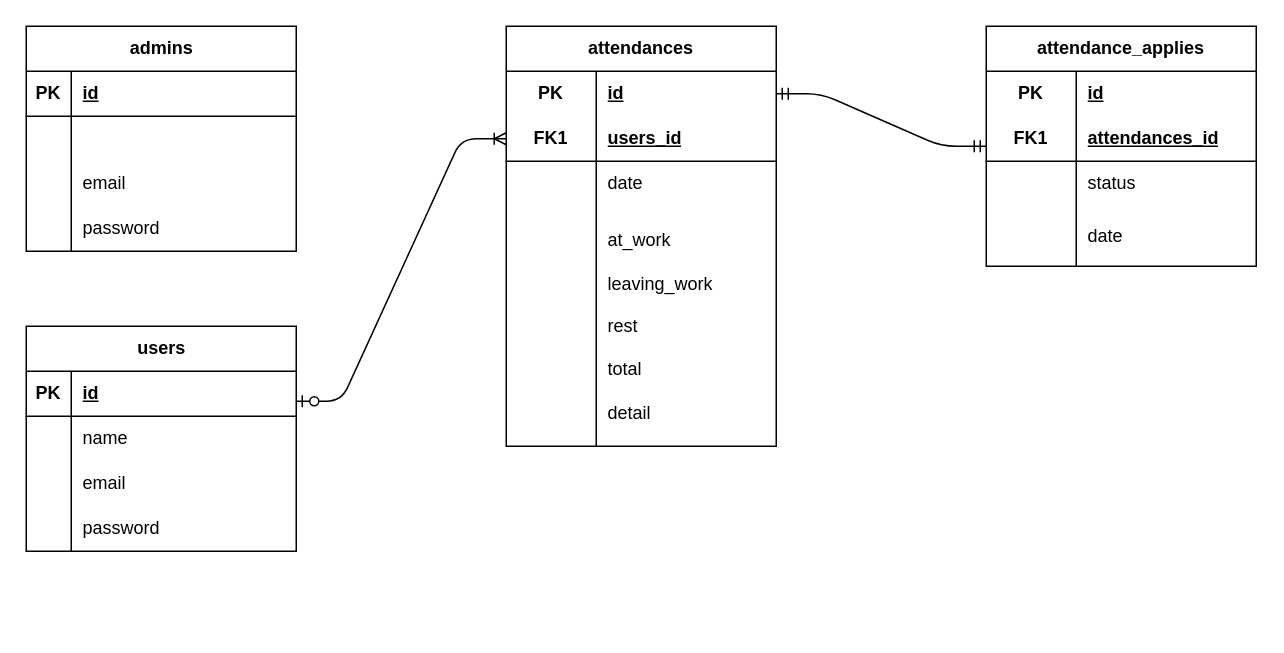
This is er-diagram.drawio from casanova1502/second-mock, a draw.io file, before an edit. Source tidied: cells renumbered, new cells numbered last; positions are measured from the earlier drawing's top-left corner, leaving out a move shared by most shapes. Both pictures are drawn from the tidied source at 150%, with x=0, y=0 at pixel (26, 26).
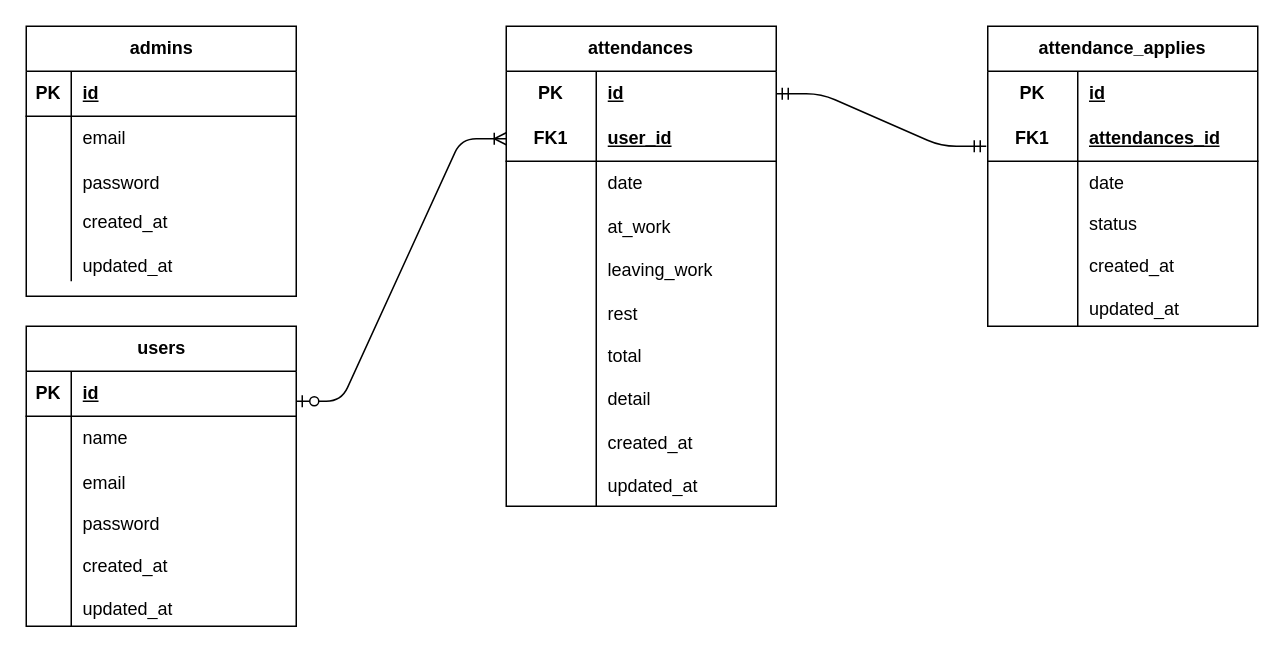
The same diagram, later.

The change refers to these unchanged cells:
```xml
<mxCell id="19" style="shape=tableRow;horizontal=0;startSize=0;swimlaneHead=0;swimlaneBody=0;fillColor=none;top=0;left=0;right=0;bottom=0;" parent="15" vertex="1">
  <mxGeometry y="60" width="180" height="30" as="geometry" />
</mxCell>
<mxCell id="22" style="shape=tableRow;horizontal=0;startSize=0;swimlaneHead=0;swimlaneBody=0;fillColor=none;top=0;left=0;right=0;bottom=0;" parent="15" vertex="1">
  <mxGeometry y="90" width="180" height="30" as="geometry" />
</mxCell>
<mxCell id="29" style="shape=tableRow;horizontal=0;startSize=0;swimlaneHead=0;swimlaneBody=0;fillColor=none;points=[[0,0.5],[1,0.5]];portConstraint=eastwest;top=0;left=0;right=0;bottom=0;html=1;" parent="28" vertex="1">
  <mxGeometry y="30" width="180" height="30" as="geometry" />
</mxCell>
<mxCell id="32" style="shape=tableRow;horizontal=0;startSize=0;swimlaneHead=0;swimlaneBody=0;fillColor=none;points=[[0,0.5],[1,0.5]];portConstraint=eastwest;top=0;left=0;right=0;bottom=1;html=1;" parent="28" vertex="1">
  <mxGeometry y="60" width="180" height="30" as="geometry" />
</mxCell>
<mxCell id="48" style="shape=tableRow;horizontal=0;startSize=0;swimlaneHead=0;swimlaneBody=0;fillColor=none;top=0;left=0;right=0;bottom=0;html=1;" parent="41" vertex="1">
  <mxGeometry y="90" width="180" height="30" as="geometry" />
</mxCell>
```

Change to the diagram source:
```diff
@@
     <mxCell id="2" value="users" style="shape=table;startSize=30;childLayout=tableLayout;rowLines=0;fontStyle=1;align=center;html=1;" parent="1" vertex="1">
-      <mxGeometry y="200" width="180" height="150" as="geometry" />
+      <mxGeometry y="200" width="180" height="200" as="geometry" />
     </mxCell>
@@
     <mxCell id="12" style="shape=tableRow;horizontal=0;startSize=0;swimlaneHead=0;swimlaneBody=0;fillColor=none;top=0;left=0;right=0;bottom=0;" parent="2" vertex="1">
-      <mxGeometry y="120" width="180" height="30" as="geometry" />
+      <mxGeometry y="120" width="180" height="80" as="geometry" />
     </mxCell>
     <mxCell id="13" style="shape=partialRectangle;fillColor=none;top=0;left=0;bottom=0;right=0;overflow=hidden;whiteSpace=wrap;html=1;" parent="12" vertex="1">
-      <mxGeometry width="30" height="30" as="geometry" />
+      <mxGeometry width="30" height="80" as="geometry" />
     </mxCell>
-    <mxCell id="14" value="password" style="shape=partialRectangle;fillColor=none;top=0;left=0;bottom=0;right=0;align=left;spacingLeft=6;overflow=hidden;whiteSpace=wrap;html=1;" parent="12" vertex="1">
-      <mxGeometry x="30" width="150" height="30" as="geometry" />
+    <mxCell id="14" value="password&lt;div&gt;&lt;br&gt;&lt;/div&gt;&lt;div&gt;created_at&lt;/div&gt;&lt;div&gt;&lt;br&gt;&lt;/div&gt;&lt;div&gt;updated_at&lt;/div&gt;" style="shape=partialRectangle;fillColor=none;top=0;left=0;bottom=0;right=0;align=left;spacingLeft=6;overflow=hidden;whiteSpace=wrap;html=1;" parent="12" vertex="1">
+      <mxGeometry x="30" width="150" height="80" as="geometry" />
     </mxCell>
     <mxCell id="15" value="admins" style="shape=table;startSize=30;childLayout=tableLayout;rowLines=0;fontStyle=1;align=center;html=1;" parent="1" vertex="1">
-      <mxGeometry width="180" height="150" as="geometry" />
+      <mxGeometry width="180" height="180" as="geometry" />
     </mxCell>
@@
-    <mxCell id="21" style="shape=partialRectangle;fillColor=none;top=0;left=0;bottom=0;right=0;align=left;spacingLeft=6;overflow=hidden;whiteSpace=wrap;html=1;" parent="19" vertex="1">
+    <mxCell id="21" value="&lt;span style=&quot;color: rgb(0, 0, 0);&quot;&gt;email&lt;/span&gt;" style="shape=partialRectangle;fillColor=none;top=0;left=0;bottom=0;right=0;align=left;spacingLeft=6;overflow=hidden;whiteSpace=wrap;html=1;" parent="19" vertex="1">
       <mxGeometry x="30" width="150" height="30" as="geometry" />
     </mxCell>
@@
-    <mxCell id="24" value="email" style="shape=partialRectangle;fillColor=none;top=0;left=0;bottom=0;right=0;align=left;spacingLeft=6;overflow=hidden;whiteSpace=wrap;html=1;" parent="22" vertex="1">
+    <mxCell id="24" value="&lt;span style=&quot;color: rgb(0, 0, 0);&quot;&gt;password&lt;/span&gt;" style="shape=partialRectangle;fillColor=none;top=0;left=0;bottom=0;right=0;align=left;spacingLeft=6;overflow=hidden;whiteSpace=wrap;html=1;" parent="22" vertex="1">
       <mxGeometry x="30" width="150" height="30" as="geometry" />
     </mxCell>
     <mxCell id="25" style="shape=tableRow;horizontal=0;startSize=0;swimlaneHead=0;swimlaneBody=0;fillColor=none;top=0;left=0;right=0;bottom=0;" parent="15" vertex="1">
-      <mxGeometry y="120" width="180" height="30" as="geometry" />
+      <mxGeometry y="120" width="180" height="50" as="geometry" />
     </mxCell>
     <mxCell id="26" style="shape=partialRectangle;fillColor=none;top=0;left=0;bottom=0;right=0;overflow=hidden;whiteSpace=wrap;html=1;" parent="25" vertex="1">
-      <mxGeometry width="30" height="30" as="geometry" />
+      <mxGeometry width="30" height="50" as="geometry" />
     </mxCell>
-    <mxCell id="27" value="password" style="shape=partialRectangle;fillColor=none;top=0;left=0;bottom=0;right=0;align=left;spacingLeft=6;overflow=hidden;whiteSpace=wrap;html=1;" parent="25" vertex="1">
-      <mxGeometry x="30" width="150" height="30" as="geometry" />
+    <mxCell id="27" value="&lt;div&gt;created_at&lt;/div&gt;&lt;div&gt;&lt;br&gt;&lt;/div&gt;&lt;div&gt;updated_at&lt;/div&gt;" style="shape=partialRectangle;fillColor=none;top=0;left=0;bottom=0;right=0;align=left;spacingLeft=6;overflow=hidden;whiteSpace=wrap;html=1;" parent="25" vertex="1">
+      <mxGeometry x="30" width="150" height="50" as="geometry" />
     </mxCell>
     <mxCell id="28" value="attendances" style="shape=table;startSize=30;childLayout=tableLayout;rowLines=0;fontStyle=1;align=center;html=1;whiteSpace=wrap;" parent="1" vertex="1">
-      <mxGeometry x="320" width="180" height="280" as="geometry" />
+      <mxGeometry x="320" width="180" height="320" as="geometry" />
     </mxCell>
@@
-    <mxCell id="34" value="users_id" style="shape=partialRectangle;fillColor=none;top=0;left=0;bottom=0;right=0;align=left;spacingLeft=6;fontStyle=5;overflow=hidden;html=1;whiteSpace=wrap;" parent="32" vertex="1">
+    <mxCell id="34" value="user_id" style="shape=partialRectangle;fillColor=none;top=0;left=0;bottom=0;right=0;align=left;spacingLeft=6;fontStyle=5;overflow=hidden;html=1;whiteSpace=wrap;" parent="32" vertex="1">
       <mxGeometry x="60" width="120" height="30" as="geometry" />
     </mxCell>
@@
     <mxCell id="38" style="shape=tableRow;horizontal=0;startSize=0;swimlaneHead=0;swimlaneBody=0;fillColor=none;top=0;left=0;right=0;bottom=0;html=1;" parent="28" vertex="1">
-      <mxGeometry y="120" width="180" height="160" as="geometry" />
+      <mxGeometry y="120" width="180" height="200" as="geometry" />
     </mxCell>
     <mxCell id="39" style="shape=partialRectangle;fillColor=none;top=0;left=0;bottom=0;right=0;overflow=hidden;html=1;whiteSpace=wrap;" parent="38" vertex="1">
-      <mxGeometry width="60" height="160" as="geometry" />
+      <mxGeometry width="60" height="200" as="geometry" />
     </mxCell>
-    <mxCell id="40" value="at_work&lt;br&gt;&lt;div&gt;&lt;br&gt;&lt;/div&gt;&lt;div&gt;leaving_work&lt;/div&gt;&lt;div&gt;&lt;br&gt;&lt;/div&gt;&lt;div&gt;rest&lt;/div&gt;&lt;div&gt;&lt;br&gt;&lt;/div&gt;&lt;div&gt;total&lt;/div&gt;&lt;div&gt;&lt;br&gt;&lt;/div&gt;&lt;div&gt;detail&lt;/div&gt;" style="shape=partialRectangle;fillColor=none;top=0;left=0;bottom=0;right=0;align=left;spacingLeft=6;overflow=hidden;html=1;whiteSpace=wrap;" parent="38" vertex="1">
-      <mxGeometry x="60" width="120" height="160" as="geometry" />
+    <mxCell id="40" value="at_work&lt;br&gt;&lt;div&gt;&lt;br&gt;&lt;/div&gt;&lt;div&gt;leaving_work&lt;/div&gt;&lt;div&gt;&lt;br&gt;&lt;/div&gt;&lt;div&gt;rest&lt;/div&gt;&lt;div&gt;&lt;br&gt;&lt;/div&gt;&lt;div&gt;total&lt;/div&gt;&lt;div&gt;&lt;br&gt;&lt;/div&gt;&lt;div&gt;detail&lt;/div&gt;&lt;div&gt;&lt;br&gt;&lt;/div&gt;&lt;div&gt;&lt;div&gt;created_at&lt;/div&gt;&lt;div&gt;&lt;br&gt;&lt;/div&gt;&lt;div&gt;updated_at&lt;/div&gt;&lt;/div&gt;" style="shape=partialRectangle;fillColor=none;top=0;left=0;bottom=0;right=0;align=left;spacingLeft=6;overflow=hidden;html=1;whiteSpace=wrap;" parent="38" vertex="1">
+      <mxGeometry x="60" width="120" height="200" as="geometry" />
     </mxCell>
+    <mxCell id="54" style="edgeStyle=entityRelationEdgeStyle;fontSize=12;html=1;endArrow=ERoneToMany;startArrow=ERzeroToOne;entryX=0;entryY=0.5;entryDx=0;entryDy=0;" parent="1" edge="1" target="32">
+      <mxGeometry relative="1" as="geometry">
+        <mxPoint x="180" y="250" as="sourcePoint" />
+      </mxGeometry>
+    </mxCell>
+    <mxCell id="55" style="edgeStyle=entityRelationEdgeStyle;fontSize=12;html=1;endArrow=ERmandOne;startArrow=ERmandOne;exitX=1;exitY=0.5;exitDx=0;exitDy=0;" parent="1" edge="1" source="29">
+      <mxGeometry relative="1" as="geometry">
+        <mxPoint x="640" y="80" as="targetPoint" />
+      </mxGeometry>
+    </mxCell>
     <mxCell id="41" value="attendance_applies" style="shape=table;startSize=30;childLayout=tableLayout;rowLines=0;fontStyle=1;align=center;html=1;whiteSpace=wrap;" parent="1" vertex="1">
-      <mxGeometry x="640" width="180" height="160" as="geometry" />
+      <mxGeometry x="641" width="180" height="200" as="geometry" />
     </mxCell>
@@
-    <mxCell id="50" value="status" style="shape=partialRectangle;fillColor=none;top=0;left=0;bottom=0;right=0;align=left;spacingLeft=6;overflow=hidden;html=1;whiteSpace=wrap;" parent="48" vertex="1">
+    <mxCell id="50" value="&lt;span style=&quot;color: rgb(0, 0, 0);&quot;&gt;date&lt;/span&gt;" style="shape=partialRectangle;fillColor=none;top=0;left=0;bottom=0;right=0;align=left;spacingLeft=6;overflow=hidden;html=1;whiteSpace=wrap;" parent="48" vertex="1">
       <mxGeometry x="60" width="120" height="30" as="geometry" />
     </mxCell>
     <mxCell id="51" style="shape=tableRow;horizontal=0;startSize=0;swimlaneHead=0;swimlaneBody=0;fillColor=none;top=0;left=0;right=0;bottom=0;html=1;" parent="41" vertex="1">
-      <mxGeometry y="120" width="180" height="40" as="geometry" />
+      <mxGeometry y="120" width="180" height="80" as="geometry" />
     </mxCell>
     <mxCell id="52" style="shape=partialRectangle;fillColor=none;top=0;left=0;bottom=0;right=0;overflow=hidden;html=1;whiteSpace=wrap;" parent="51" vertex="1">
-      <mxGeometry width="60" height="40" as="geometry" />
+      <mxGeometry width="60" height="80" as="geometry" />
     </mxCell>
-    <mxCell id="53" value="date" style="shape=partialRectangle;fillColor=none;top=0;left=0;bottom=0;right=0;align=left;spacingLeft=6;overflow=hidden;html=1;whiteSpace=wrap;" parent="51" vertex="1">
-      <mxGeometry x="60" width="120" height="40" as="geometry" />
+    <mxCell id="53" value="&lt;span style=&quot;color: rgb(0, 0, 0);&quot;&gt;status&lt;/span&gt;&lt;div&gt;&lt;br&gt;&lt;/div&gt;&lt;div&gt;&lt;div&gt;created_at&lt;/div&gt;&lt;div&gt;&lt;br&gt;&lt;/div&gt;&lt;div&gt;updated_at&lt;/div&gt;&lt;/div&gt;" style="shape=partialRectangle;fillColor=none;top=0;left=0;bottom=0;right=0;align=left;spacingLeft=6;overflow=hidden;html=1;whiteSpace=wrap;" parent="51" vertex="1">
+      <mxGeometry x="60" width="120" height="80" as="geometry" />
     </mxCell>
-    <mxCell id="54" style="edgeStyle=entityRelationEdgeStyle;fontSize=12;html=1;endArrow=ERoneToMany;startArrow=ERzeroToOne;entryX=0;entryY=0.5;entryDx=0;entryDy=0;" parent="1" edge="1" target="32">
-      <mxGeometry relative="1" as="geometry">
-        <mxPoint x="180" y="250" as="sourcePoint" />
-      </mxGeometry>
-    </mxCell>
-    <mxCell id="55" style="edgeStyle=entityRelationEdgeStyle;fontSize=12;html=1;endArrow=ERmandOne;startArrow=ERmandOne;exitX=1;exitY=0.5;exitDx=0;exitDy=0;" parent="1" edge="1" source="29">
-      <mxGeometry relative="1" as="geometry">
-        <mxPoint x="640" y="80" as="targetPoint" />
-      </mxGeometry>
-    </mxCell>
```
